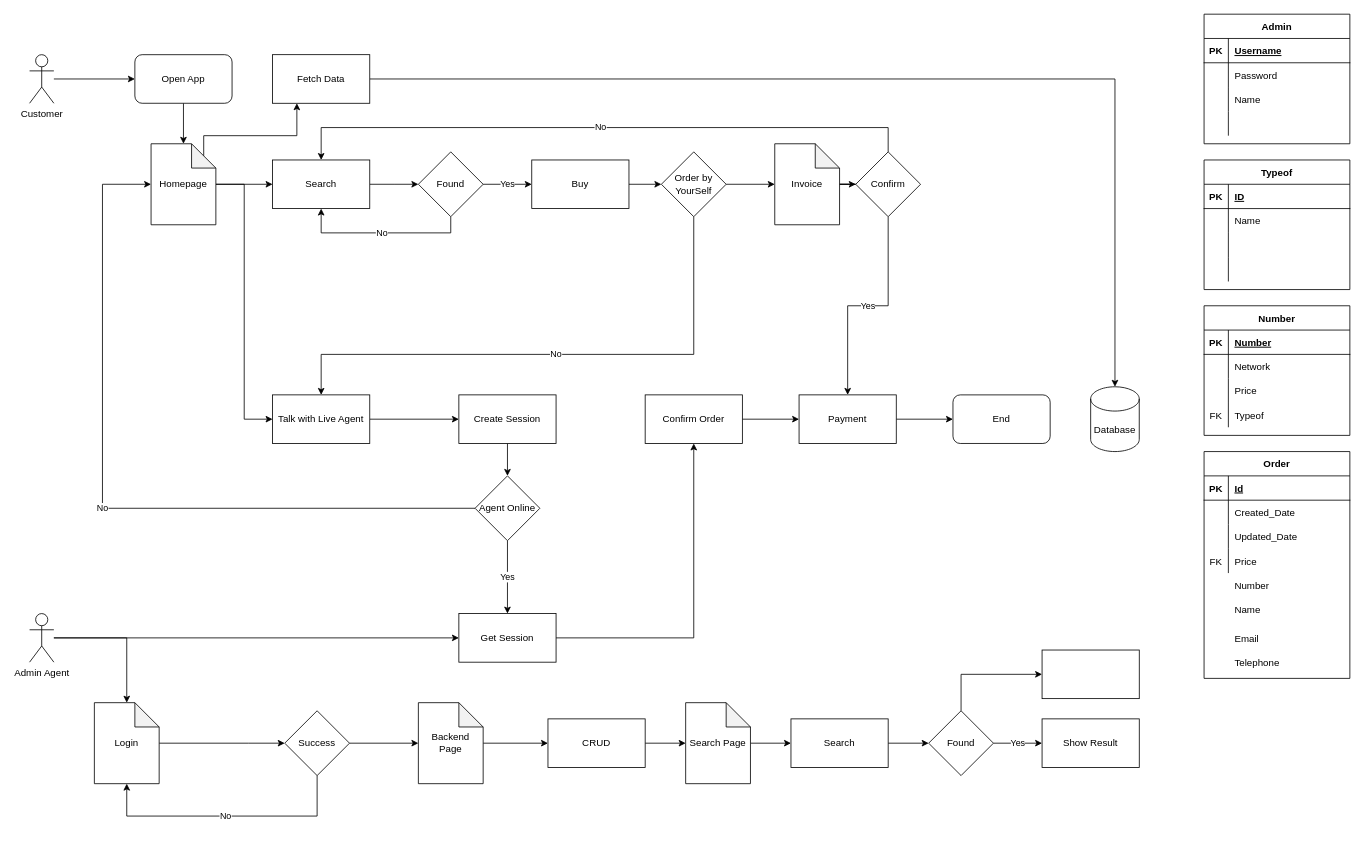
Above: beautify_number.drawio in thenmoz/demo-one (draw.io), before the change. Source tidied: cells renumbered, new cells numbered last; positions are measured from the earlier drawing's top-left corner, leaving out a move shared by most shapes. Both pictures are drawn from the tidied source at 81%, with x=0, y=0 at pixel (29, 14).
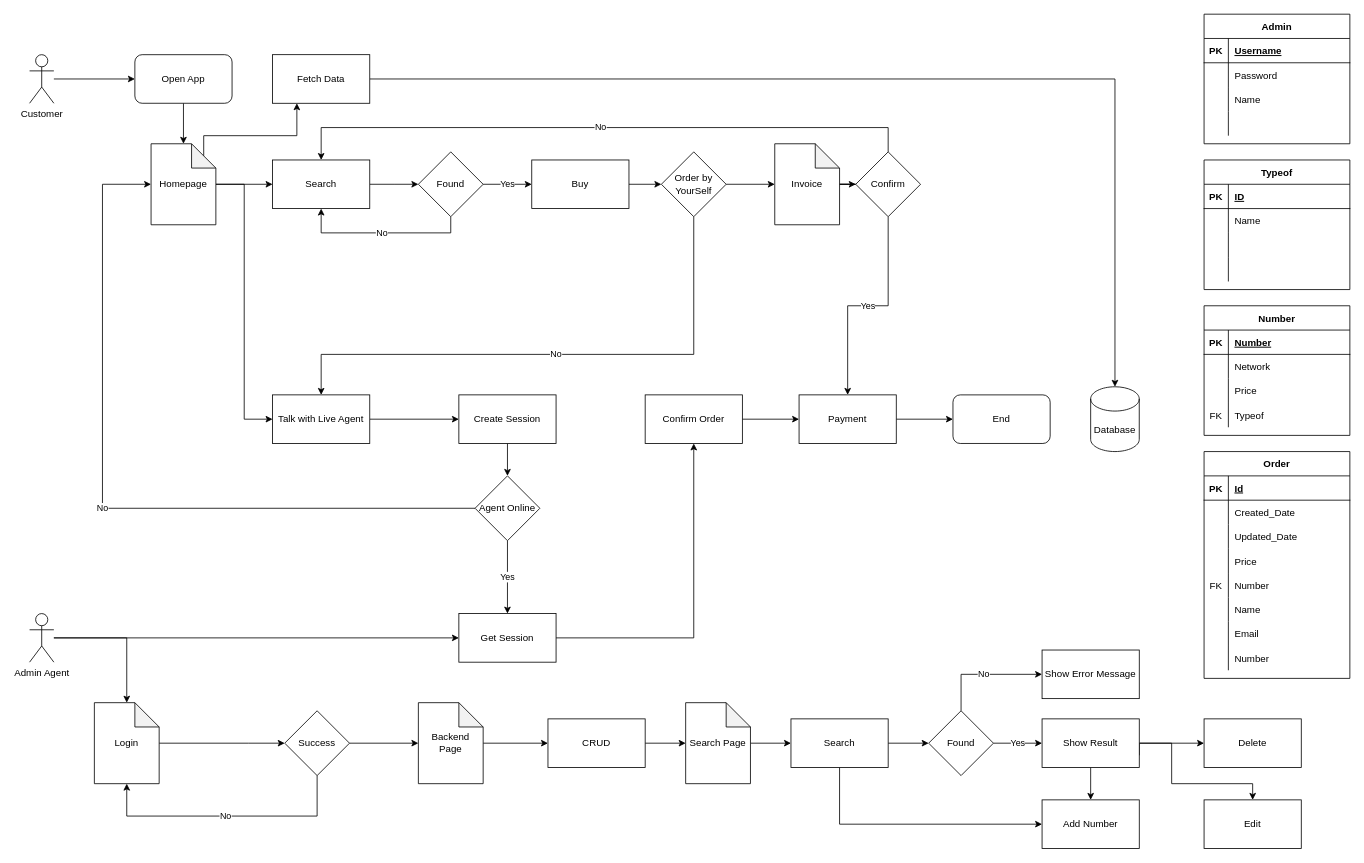
The same page after the edit.

Commit message (it also covers changes not shown here):
update flowchart database

The change refers to these unchanged cells:
```xml
<mxCell id="93" value="Order" style="shape=table;startSize=30;childLayout=tableLayout;rowLines=0;fontStyle=1;align=center;" parent="1" vertex="1">
  <mxGeometry x="1450" y="540" width="180" height="280" as="geometry" />
</mxCell>
<mxCell id="103" style="shape=tableRow;horizontal=0;startSize=0;swimlaneHead=0;swimlaneBody=0;fillColor=none;top=0;left=0;right=0;bottom=0;" parent="93" vertex="1">
  <mxGeometry y="120" width="180" height="30" as="geometry" />
</mxCell>
<mxCell id="113" value="Search" style="rounded=0;whiteSpace=wrap;html=1;" parent="1" vertex="1">
  <mxGeometry x="940" y="870" width="120" height="60" as="geometry" />
</mxCell>
<mxCell id="116" value="Found" style="rhombus;whiteSpace=wrap;html=1;rounded=0;" parent="1" vertex="1">
  <mxGeometry x="1110" y="860" width="80" height="80" as="geometry" />
</mxCell>
<mxCell id="117" value="Show Result" style="whiteSpace=wrap;html=1;rounded=0;" parent="1" vertex="1">
  <mxGeometry x="1250" y="870" width="120" height="60" as="geometry" />
</mxCell>
```

What changed in the source:
```diff
@@
-    <mxCell id="104" value="FK" style="shape=partialRectangle;fillColor=none;top=0;left=0;bottom=0;right=0;overflow=hidden;" parent="103" vertex="1">
+    <mxCell id="104" style="shape=partialRectangle;fillColor=none;top=0;left=0;bottom=0;right=0;overflow=hidden;" parent="103" vertex="1">
       <mxGeometry width="30" height="30" as="geometry" />
     </mxCell>
@@
+    <mxCell id="119" style="shape=tableRow;horizontal=0;startSize=0;swimlaneHead=0;swimlaneBody=0;fillColor=none;top=0;left=0;right=0;bottom=0;" parent="93" vertex="1">
+      <mxGeometry y="150" width="180" height="30" as="geometry" />
+    </mxCell>
+    <mxCell id="120" value="FK" style="shape=partialRectangle;fillColor=none;top=0;left=0;bottom=0;right=0;overflow=hidden;" parent="119" vertex="1">
+      <mxGeometry width="30" height="30" as="geometry" />
+    </mxCell>
+    <mxCell id="121" value="Number" style="shape=partialRectangle;fillColor=none;top=0;left=0;bottom=0;right=0;align=left;spacingLeft=6;overflow=hidden;" parent="119" vertex="1">
+      <mxGeometry x="30" width="150" height="30" as="geometry" />
+    </mxCell>
+    <mxCell id="122" style="shape=tableRow;horizontal=0;startSize=0;swimlaneHead=0;swimlaneBody=0;fillColor=none;top=0;left=0;right=0;bottom=0;" parent="93" vertex="1">
+      <mxGeometry y="180" width="180" height="30" as="geometry" />
+    </mxCell>
+    <mxCell id="123" style="shape=partialRectangle;fillColor=none;top=0;left=0;bottom=0;right=0;overflow=hidden;" parent="122" vertex="1">
+      <mxGeometry width="30" height="30" as="geometry" />
+    </mxCell>
+    <mxCell id="109" value="Name" style="shape=partialRectangle;fillColor=none;top=0;left=0;bottom=0;right=0;align=left;spacingLeft=6;overflow=hidden;" parent="122" vertex="1">
+      <mxGeometry x="30" width="150" height="30" as="geometry" />
+    </mxCell>
+    <mxCell id="124" style="shape=tableRow;horizontal=0;startSize=0;swimlaneHead=0;swimlaneBody=0;fillColor=none;top=0;left=0;right=0;bottom=0;" parent="93" vertex="1">
+      <mxGeometry y="210" width="180" height="30" as="geometry" />
+    </mxCell>
+    <mxCell id="125" style="shape=partialRectangle;fillColor=none;top=0;left=0;bottom=0;right=0;overflow=hidden;" parent="124" vertex="1">
+      <mxGeometry width="30" height="30" as="geometry" />
+    </mxCell>
+    <mxCell id="110" value="Email" style="shape=partialRectangle;fillColor=none;top=0;left=0;bottom=0;right=0;align=left;spacingLeft=6;overflow=hidden;" parent="124" vertex="1">
+      <mxGeometry x="30" width="150" height="30" as="geometry" />
+    </mxCell>
+    <mxCell id="126" style="shape=tableRow;horizontal=0;startSize=0;swimlaneHead=0;swimlaneBody=0;fillColor=none;top=0;left=0;right=0;bottom=0;" parent="93" vertex="1">
+      <mxGeometry y="240" width="180" height="30" as="geometry" />
+    </mxCell>
+    <mxCell id="127" style="shape=partialRectangle;fillColor=none;top=0;left=0;bottom=0;right=0;overflow=hidden;" parent="126" vertex="1">
+      <mxGeometry width="30" height="30" as="geometry" />
+    </mxCell>
+    <mxCell id="128" value="Number" style="shape=partialRectangle;fillColor=none;top=0;left=0;bottom=0;right=0;align=left;spacingLeft=6;overflow=hidden;" parent="126" vertex="1">
+      <mxGeometry x="30" width="150" height="30" as="geometry" />
+    </mxCell>
@@
-    <mxCell id="108" value="Number" style="shape=partialRectangle;fillColor=none;top=0;left=0;bottom=0;right=0;align=left;spacingLeft=6;overflow=hidden;" parent="1" vertex="1">
-      <mxGeometry x="1480" y="690" width="150" height="30" as="geometry" />
-    </mxCell>
-    <mxCell id="109" value="Name" style="shape=partialRectangle;fillColor=none;top=0;left=0;bottom=0;right=0;align=left;spacingLeft=6;overflow=hidden;" parent="1" vertex="1">
-      <mxGeometry x="1480" y="720" width="150" height="30" as="geometry" />
-    </mxCell>
-    <mxCell id="110" value="Email" style="shape=partialRectangle;fillColor=none;top=0;left=0;bottom=0;right=0;align=left;spacingLeft=6;overflow=hidden;" parent="1" vertex="1">
-      <mxGeometry x="1480" y="755" width="150" height="30" as="geometry" />
-    </mxCell>
-    <mxCell id="111" value="Telephone" style="shape=partialRectangle;fillColor=none;top=0;left=0;bottom=0;right=0;align=left;spacingLeft=6;overflow=hidden;" parent="1" vertex="1">
-      <mxGeometry x="1480" y="785" width="150" height="30" as="geometry" />
-    </mxCell>
@@
+    <mxCell id="129" style="edgeStyle=orthogonalEdgeStyle;rounded=0;jettySize=auto;html=1;entryX=0;entryY=0.5;entryDx=0;entryDy=0;" parent="1" edge="1" source="113" target="133">
+      <mxGeometry relative="1" as="geometry">
+        <Array as="points">
+          <mxPoint x="1000" y="1000" />
+        </Array>
+      </mxGeometry>
+    </mxCell>
@@
-    <mxCell id="115" style="edgeStyle=orthogonalEdgeStyle;rounded=0;jettySize=auto;html=1;entryX=0;entryY=0.5;entryDx=0;entryDy=0;" parent="1" edge="1" source="116" target="118">
+    <mxCell id="115" value="No" style="edgeStyle=orthogonalEdgeStyle;rounded=0;jettySize=auto;html=1;entryX=0;entryY=0.5;entryDx=0;entryDy=0;" parent="1" edge="1" source="116" target="118">
       <mxGeometry relative="1" as="geometry">
         <Array as="points">
           <mxPoint x="1150" y="815" />
         </Array>
       </mxGeometry>
     </mxCell>
@@
+    <mxCell id="130" style="edgeStyle=orthogonalEdgeStyle;rounded=0;jettySize=auto;html=1;" parent="1" edge="1" source="117" target="133">
+      <mxGeometry relative="1" as="geometry" />
+    </mxCell>
+    <mxCell id="131" style="edgeStyle=orthogonalEdgeStyle;rounded=0;jettySize=auto;html=1;" parent="1" edge="1" source="117" target="134">
+      <mxGeometry relative="1" as="geometry" />
+    </mxCell>
+    <mxCell id="132" style="edgeStyle=orthogonalEdgeStyle;rounded=0;jettySize=auto;html=1;exitX=1;exitY=0.75;exitDx=0;exitDy=0;" parent="1" edge="1" source="117" target="135">
+      <mxGeometry relative="1" as="geometry">
+        <Array as="points">
+          <mxPoint x="1370" y="900" />
+          <mxPoint x="1410" y="900" />
+          <mxPoint x="1410" y="950" />
+          <mxPoint x="1510" y="950" />
+        </Array>
+      </mxGeometry>
+    </mxCell>
@@
-    <mxCell id="118" style="rounded=0;whiteSpace=wrap;html=1;" parent="1" vertex="1">
+    <mxCell id="118" value="Show Error Message" style="rounded=0;whiteSpace=wrap;html=1;" parent="1" vertex="1">
       <mxGeometry x="1250" y="785" width="120" height="60" as="geometry" />
     </mxCell>
+    <mxCell id="133" value="Add Number" style="rounded=0;whiteSpace=wrap;html=1;" parent="1" vertex="1">
+      <mxGeometry x="1250" y="970" width="120" height="60" as="geometry" />
+    </mxCell>
+    <mxCell id="134" value="Delete" style="rounded=0;whiteSpace=wrap;html=1;" parent="1" vertex="1">
+      <mxGeometry x="1450" y="870" width="120" height="60" as="geometry" />
+    </mxCell>
+    <mxCell id="135" value="Edit" style="rounded=0;whiteSpace=wrap;html=1;" parent="1" vertex="1">
+      <mxGeometry x="1450" y="970" width="120" height="60" as="geometry" />
+    </mxCell>
```
